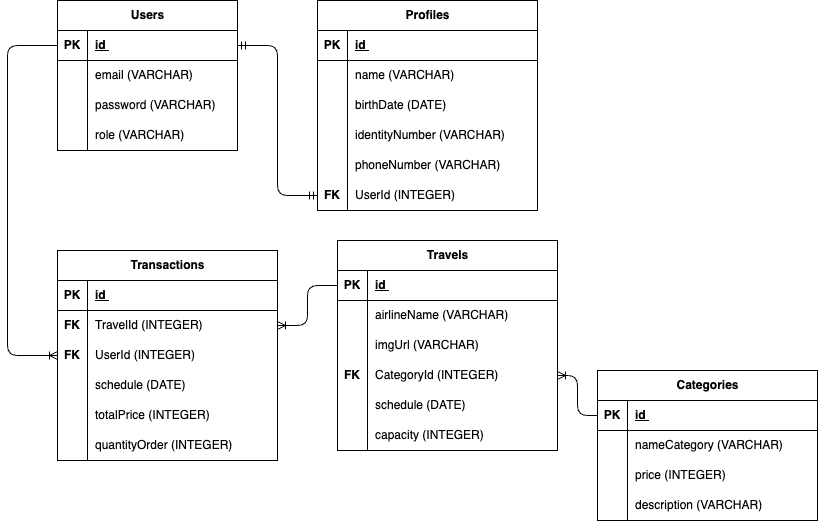
The draw.io diagram ERD.drawio.png in RahmadAmri/FlightHub, before a commit. Source tidied: cells renumbered, new cells last; positions are measured from the earlier drawing's top-left corner, leaving out a move shared by most shapes.
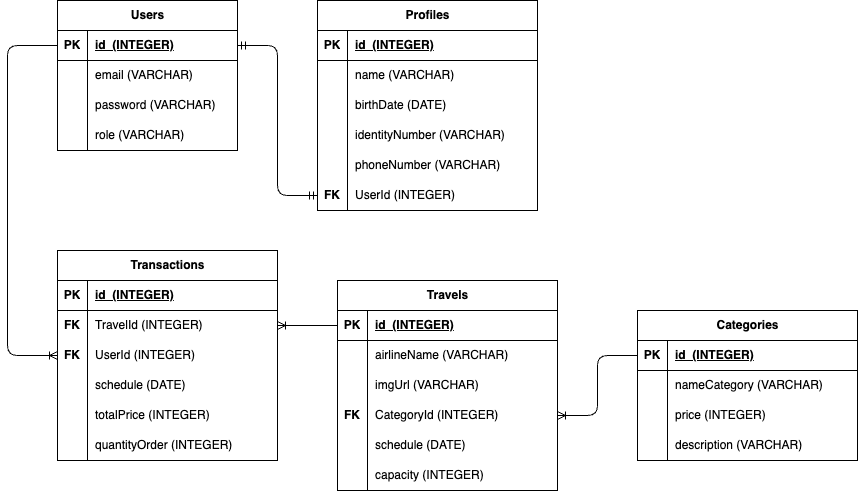
Above is the later version.

Change to the diagram source:
```diff
@@ -11,7 +11,7 @@
     <mxCell id="4" value="PK" style="shape=partialRectangle;fillColor=none;top=0;left=0;bottom=0;right=0;fontStyle=1;overflow=hidden;whiteSpace=wrap;html=1;" parent="3" vertex="1">
       <mxGeometry width="30" height="30" as="geometry" />
     </mxCell>
-    <mxCell id="5" value="id&amp;nbsp;" style="shape=partialRectangle;fillColor=none;top=0;left=0;bottom=0;right=0;align=left;spacingLeft=6;fontStyle=5;overflow=hidden;whiteSpace=wrap;html=1;" parent="3" vertex="1">
+    <mxCell id="5" value="id&amp;nbsp; (INTEGER)" style="shape=partialRectangle;fillColor=none;top=0;left=0;bottom=0;right=0;align=left;spacingLeft=6;fontStyle=5;overflow=hidden;whiteSpace=wrap;html=1;" parent="3" vertex="1">
       <mxGeometry x="30" width="150" height="30" as="geometry" />
     </mxCell>
     <mxCell id="6" style="shape=tableRow;horizontal=0;startSize=0;swimlaneHead=0;swimlaneBody=0;fillColor=none;top=0;left=0;right=0;bottom=0;" parent="2" vertex="1">
@@ -50,7 +50,7 @@
     <mxCell id="17" value="PK" style="shape=partialRectangle;fillColor=none;top=0;left=0;bottom=0;right=0;fontStyle=1;overflow=hidden;whiteSpace=wrap;html=1;" parent="16" vertex="1">
       <mxGeometry width="30" height="30" as="geometry" />
     </mxCell>
-    <mxCell id="18" value="id&amp;nbsp;" style="shape=partialRectangle;fillColor=none;top=0;left=0;bottom=0;right=0;align=left;spacingLeft=6;fontStyle=5;overflow=hidden;whiteSpace=wrap;html=1;" parent="16" vertex="1">
+    <mxCell id="18" value="id&amp;nbsp; (INTEGER)" style="shape=partialRectangle;fillColor=none;top=0;left=0;bottom=0;right=0;align=left;spacingLeft=6;fontStyle=5;overflow=hidden;whiteSpace=wrap;html=1;" parent="16" vertex="1">
       <mxGeometry x="30" width="190" height="30" as="geometry" />
     </mxCell>
     <mxCell id="19" style="shape=tableRow;horizontal=0;startSize=0;swimlaneHead=0;swimlaneBody=0;fillColor=none;top=0;left=0;right=0;bottom=0;" parent="15" vertex="1">
@@ -102,7 +102,7 @@
       <mxGeometry relative="1" as="geometry" />
     </mxCell>
     <mxCell id="35" value="Travels" style="shape=table;startSize=30;rowLines=0;fontStyle=1;align=center;html=1;" parent="1" vertex="1">
-      <mxGeometry x="330" y="240" width="220" height="210" as="geometry" />
+      <mxGeometry x="330" y="280" width="220" height="210" as="geometry" />
     </mxCell>
     <mxCell id="36" style="shape=tableRow;horizontal=0;startSize=0;swimlaneHead=0;swimlaneBody=0;fillColor=none;points=[[0,0.5],[1,0.5]];portConstraint=eastwest;top=0;left=0;right=0;bottom=1;" parent="35" vertex="1">
       <mxGeometry y="30" width="220" height="30" as="geometry" />
@@ -110,7 +110,7 @@
     <mxCell id="37" value="PK" style="shape=partialRectangle;fillColor=none;top=0;left=0;bottom=0;right=0;fontStyle=1;overflow=hidden;whiteSpace=wrap;html=1;" parent="36" vertex="1">
       <mxGeometry width="30" height="30" as="geometry" />
     </mxCell>
-    <mxCell id="38" value="id&amp;nbsp;" style="shape=partialRectangle;fillColor=none;top=0;left=0;bottom=0;right=0;align=left;spacingLeft=6;fontStyle=5;overflow=hidden;whiteSpace=wrap;html=1;" parent="36" vertex="1">
+    <mxCell id="38" value="id&amp;nbsp; (INTEGER)" style="shape=partialRectangle;fillColor=none;top=0;left=0;bottom=0;right=0;align=left;spacingLeft=6;fontStyle=5;overflow=hidden;whiteSpace=wrap;html=1;" parent="36" vertex="1">
       <mxGeometry x="30" width="190" height="30" as="geometry" />
     </mxCell>
     <mxCell id="39" style="shape=tableRow;horizontal=0;startSize=0;swimlaneHead=0;swimlaneBody=0;fillColor=none;top=0;left=0;right=0;bottom=0;" parent="35" vertex="1">
@@ -167,7 +167,7 @@
     <mxCell id="56" value="PK" style="shape=partialRectangle;fillColor=none;top=0;left=0;bottom=0;right=0;fontStyle=1;overflow=hidden;whiteSpace=wrap;html=1;" parent="55" vertex="1">
       <mxGeometry width="30" height="30" as="geometry" />
     </mxCell>
-    <mxCell id="57" value="id&amp;nbsp;" style="shape=partialRectangle;fillColor=none;top=0;left=0;bottom=0;right=0;align=left;spacingLeft=6;fontStyle=5;overflow=hidden;whiteSpace=wrap;html=1;" parent="55" vertex="1">
+    <mxCell id="57" value="id&amp;nbsp; (INTEGER)" style="shape=partialRectangle;fillColor=none;top=0;left=0;bottom=0;right=0;align=left;spacingLeft=6;fontStyle=5;overflow=hidden;whiteSpace=wrap;html=1;" parent="55" vertex="1">
       <mxGeometry x="30" width="190" height="30" as="geometry" />
     </mxCell>
     <mxCell id="58" style="shape=tableRow;horizontal=0;startSize=0;swimlaneHead=0;swimlaneBody=0;fillColor=none;points=[[0,0.5],[1,0.5]];portConstraint=eastwest;top=0;left=0;right=0;bottom=0;" parent="54" vertex="1">
@@ -227,7 +227,7 @@
       <mxGeometry relative="1" as="geometry" />
     </mxCell>
     <mxCell id="75" value="Categories" style="shape=table;startSize=30;rowLines=0;fontStyle=1;align=center;html=1;" parent="1" vertex="1">
-      <mxGeometry x="590" y="370" width="220" height="150" as="geometry" />
+      <mxGeometry x="630" y="310" width="220" height="150" as="geometry" />
     </mxCell>
     <mxCell id="76" style="shape=tableRow;horizontal=0;startSize=0;swimlaneHead=0;swimlaneBody=0;fillColor=none;points=[[0,0.5],[1,0.5]];portConstraint=eastwest;top=0;left=0;right=0;bottom=1;" parent="75" vertex="1">
       <mxGeometry y="30" width="220" height="30" as="geometry" />
@@ -235,7 +235,7 @@
     <mxCell id="77" value="PK" style="shape=partialRectangle;fillColor=none;top=0;left=0;bottom=0;right=0;fontStyle=1;overflow=hidden;whiteSpace=wrap;html=1;" parent="76" vertex="1">
       <mxGeometry width="30" height="30" as="geometry" />
     </mxCell>
-    <mxCell id="78" value="id&amp;nbsp;" style="shape=partialRectangle;fillColor=none;top=0;left=0;bottom=0;right=0;align=left;spacingLeft=6;fontStyle=5;overflow=hidden;whiteSpace=wrap;html=1;" parent="76" vertex="1">
+    <mxCell id="78" value="id&amp;nbsp; (INTEGER)" style="shape=partialRectangle;fillColor=none;top=0;left=0;bottom=0;right=0;align=left;spacingLeft=6;fontStyle=5;overflow=hidden;whiteSpace=wrap;html=1;" parent="76" vertex="1">
       <mxGeometry x="30" width="190" height="30" as="geometry" />
     </mxCell>
     <mxCell id="79" style="shape=tableRow;horizontal=0;startSize=0;swimlaneHead=0;swimlaneBody=0;fillColor=none;top=0;left=0;right=0;bottom=0;" parent="75" vertex="1">
```
